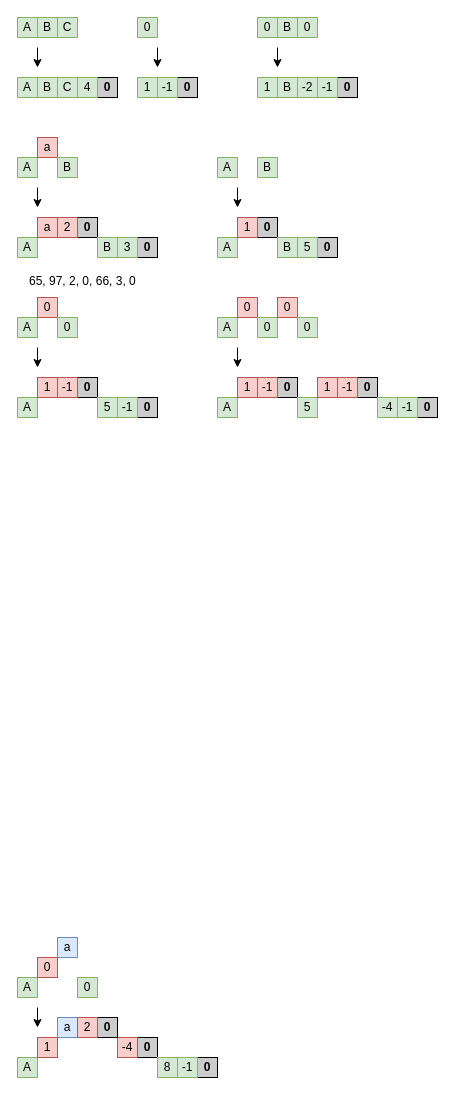
Above: figures/nested_cobs.drawio in perlindgren/rtmt (draw.io), before the change. Source tidied: cells renumbered, new cells numbered last; positions are measured from the earlier drawing's top-left corner, leaving out a move shared by most shapes. Both pictures are drawn from the tidied source at 100%, with x=0, y=0 at pixel (17, 17).
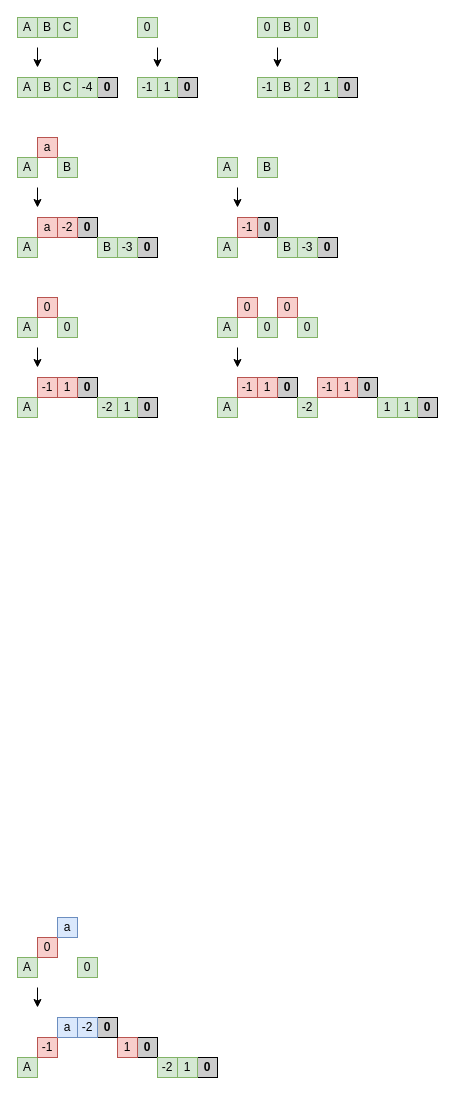
The same diagram, later.

Commit message (it also covers changes not shown here):
nested cobs

Diff of the diagram source:
```diff
@@
-    <mxCell id="9" value="4" style="rounded=0;whiteSpace=wrap;html=1;fillColor=#d5e8d4;strokeColor=#82b366;" parent="1" vertex="1">
+    <mxCell id="9" value="-4" style="rounded=0;whiteSpace=wrap;html=1;fillColor=#d5e8d4;strokeColor=#82b366;" parent="1" vertex="1">
       <mxGeometry x="60" y="60" width="20" height="20" as="geometry" />
     </mxCell>
@@
-    <mxCell id="14" value="1" style="rounded=0;whiteSpace=wrap;html=1;fillColor=#d5e8d4;strokeColor=#82b366;" parent="1" vertex="1">
+    <mxCell id="14" value="-1" style="rounded=0;whiteSpace=wrap;html=1;fillColor=#d5e8d4;strokeColor=#82b366;" parent="1" vertex="1">
       <mxGeometry x="240" y="60" width="20" height="20" as="geometry" />
     </mxCell>
@@
-    <mxCell id="16" value="-2" style="rounded=0;whiteSpace=wrap;html=1;fillColor=#d5e8d4;strokeColor=#82b366;" parent="1" vertex="1">
+    <mxCell id="16" value="2" style="rounded=0;whiteSpace=wrap;html=1;fillColor=#d5e8d4;strokeColor=#82b366;" parent="1" vertex="1">
       <mxGeometry x="280" y="60" width="20" height="20" as="geometry" />
     </mxCell>
@@
-    <mxCell id="18" value="-1" style="rounded=0;whiteSpace=wrap;html=1;fillColor=#d5e8d4;strokeColor=#82b366;" parent="1" vertex="1">
+    <mxCell id="18" value="1" style="rounded=0;whiteSpace=wrap;html=1;fillColor=#d5e8d4;strokeColor=#82b366;" parent="1" vertex="1">
       <mxGeometry x="300" y="60" width="20" height="20" as="geometry" />
     </mxCell>
@@
-    <mxCell id="21" value="1" style="rounded=0;whiteSpace=wrap;html=1;fillColor=#d5e8d4;strokeColor=#82b366;" parent="1" vertex="1">
+    <mxCell id="21" value="-1" style="rounded=0;whiteSpace=wrap;html=1;fillColor=#d5e8d4;strokeColor=#82b366;" parent="1" vertex="1">
       <mxGeometry x="120" y="60" width="20" height="20" as="geometry" />
     </mxCell>
@@
-    <mxCell id="23" value="-1" style="rounded=0;whiteSpace=wrap;html=1;fillColor=#d5e8d4;strokeColor=#82b366;" parent="1" vertex="1">
+    <mxCell id="23" value="1" style="rounded=0;whiteSpace=wrap;html=1;fillColor=#d5e8d4;strokeColor=#82b366;" parent="1" vertex="1">
       <mxGeometry x="140" y="60" width="20" height="20" as="geometry" />
     </mxCell>
@@
-    <mxCell id="29" value="2" style="rounded=0;whiteSpace=wrap;html=1;fillColor=#f8cecc;strokeColor=#b85450;" parent="1" vertex="1">
+    <mxCell id="29" value="-2" style="rounded=0;whiteSpace=wrap;html=1;fillColor=#f8cecc;strokeColor=#b85450;" parent="1" vertex="1">
       <mxGeometry x="40" y="200" width="20" height="20" as="geometry" />
     </mxCell>
@@
-    <mxCell id="31" value="3" style="rounded=0;whiteSpace=wrap;html=1;fillColor=#d5e8d4;strokeColor=#82b366;" parent="1" vertex="1">
+    <mxCell id="31" value="-3" style="rounded=0;whiteSpace=wrap;html=1;fillColor=#d5e8d4;strokeColor=#82b366;" parent="1" vertex="1">
       <mxGeometry x="100" y="220" width="20" height="20" as="geometry" />
     </mxCell>
@@
-    <mxCell id="39" value="1" style="rounded=0;whiteSpace=wrap;html=1;fillColor=#f8cecc;strokeColor=#b85450;" parent="1" vertex="1">
+    <mxCell id="39" value="-1" style="rounded=0;whiteSpace=wrap;html=1;fillColor=#f8cecc;strokeColor=#b85450;" parent="1" vertex="1">
       <mxGeometry x="220" y="200" width="20" height="20" as="geometry" />
     </mxCell>
@@
-    <mxCell id="41" value="5" style="rounded=0;whiteSpace=wrap;html=1;fillColor=#d5e8d4;strokeColor=#82b366;" parent="1" vertex="1">
+    <mxCell id="41" value="-3" style="rounded=0;whiteSpace=wrap;html=1;fillColor=#d5e8d4;strokeColor=#82b366;" parent="1" vertex="1">
       <mxGeometry x="280" y="220" width="20" height="20" as="geometry" />
     </mxCell>
@@
-    <mxCell id="46" value="1" style="rounded=0;whiteSpace=wrap;html=1;fillColor=#f8cecc;strokeColor=#b85450;" parent="1" vertex="1">
+    <mxCell id="46" value="-1" style="rounded=0;whiteSpace=wrap;html=1;fillColor=#f8cecc;strokeColor=#b85450;" parent="1" vertex="1">
       <mxGeometry x="20" y="360" width="20" height="20" as="geometry" />
     </mxCell>
@@
-    <mxCell id="48" value="5" style="rounded=0;whiteSpace=wrap;html=1;fillColor=#d5e8d4;strokeColor=#82b366;" parent="1" vertex="1">
+    <mxCell id="48" value="-2" style="rounded=0;whiteSpace=wrap;html=1;fillColor=#d5e8d4;strokeColor=#82b366;" parent="1" vertex="1">
       <mxGeometry x="80" y="380" width="20" height="20" as="geometry" />
     </mxCell>
-    <mxCell id="49" value="-1" style="rounded=0;whiteSpace=wrap;html=1;fillColor=#f8cecc;strokeColor=#b85450;" parent="1" vertex="1">
+    <mxCell id="49" value="1" style="rounded=0;whiteSpace=wrap;html=1;fillColor=#f8cecc;strokeColor=#b85450;" parent="1" vertex="1">
       <mxGeometry x="40" y="360" width="20" height="20" as="geometry" />
     </mxCell>
@@
-    <mxCell id="51" value="-1" style="rounded=0;whiteSpace=wrap;html=1;fillColor=#d5e8d4;strokeColor=#82b366;" parent="1" vertex="1">
+    <mxCell id="51" value="1" style="rounded=0;whiteSpace=wrap;html=1;fillColor=#d5e8d4;strokeColor=#82b366;" parent="1" vertex="1">
       <mxGeometry x="100" y="380" width="20" height="20" as="geometry" />
     </mxCell>
@@
-    <mxCell id="57" value="1" style="rounded=0;whiteSpace=wrap;html=1;fillColor=#f8cecc;strokeColor=#b85450;" parent="1" vertex="1">
+    <mxCell id="57" value="-1" style="rounded=0;whiteSpace=wrap;html=1;fillColor=#f8cecc;strokeColor=#b85450;" parent="1" vertex="1">
       <mxGeometry x="220" y="360" width="20" height="20" as="geometry" />
     </mxCell>
@@
-    <mxCell id="59" value="5" style="rounded=0;whiteSpace=wrap;html=1;fillColor=#d5e8d4;strokeColor=#82b366;" parent="1" vertex="1">
+    <mxCell id="59" value="-2" style="rounded=0;whiteSpace=wrap;html=1;fillColor=#d5e8d4;strokeColor=#82b366;" parent="1" vertex="1">
       <mxGeometry x="280" y="380" width="20" height="20" as="geometry" />
     </mxCell>
-    <mxCell id="60" value="-1" style="rounded=0;whiteSpace=wrap;html=1;fillColor=#f8cecc;strokeColor=#b85450;" parent="1" vertex="1">
+    <mxCell id="60" value="1" style="rounded=0;whiteSpace=wrap;html=1;fillColor=#f8cecc;strokeColor=#b85450;" parent="1" vertex="1">
       <mxGeometry x="240" y="360" width="20" height="20" as="geometry" />
     </mxCell>
@@
-    <mxCell id="67" value="1" style="rounded=0;whiteSpace=wrap;html=1;fillColor=#f8cecc;strokeColor=#b85450;" parent="1" vertex="1">
+    <mxCell id="67" value="-1" style="rounded=0;whiteSpace=wrap;html=1;fillColor=#f8cecc;strokeColor=#b85450;" parent="1" vertex="1">
       <mxGeometry x="300" y="360" width="20" height="20" as="geometry" />
     </mxCell>
@@
-    <mxCell id="69" value="-4" style="rounded=0;whiteSpace=wrap;html=1;fillColor=#d5e8d4;strokeColor=#82b366;" parent="1" vertex="1">
+    <mxCell id="69" value="1" style="rounded=0;whiteSpace=wrap;html=1;fillColor=#d5e8d4;strokeColor=#82b366;" parent="1" vertex="1">
       <mxGeometry x="360" y="380" width="20" height="20" as="geometry" />
     </mxCell>
-    <mxCell id="70" value="-1" style="rounded=0;whiteSpace=wrap;html=1;fillColor=#f8cecc;strokeColor=#b85450;" parent="1" vertex="1">
+    <mxCell id="70" value="1" style="rounded=0;whiteSpace=wrap;html=1;fillColor=#f8cecc;strokeColor=#b85450;" parent="1" vertex="1">
       <mxGeometry x="320" y="360" width="20" height="20" as="geometry" />
     </mxCell>
@@
-    <mxCell id="72" value="-1" style="rounded=0;whiteSpace=wrap;html=1;fillColor=#d5e8d4;strokeColor=#82b366;" parent="1" vertex="1">
+    <mxCell id="72" value="1" style="rounded=0;whiteSpace=wrap;html=1;fillColor=#d5e8d4;strokeColor=#82b366;" parent="1" vertex="1">
       <mxGeometry x="380" y="380" width="20" height="20" as="geometry" />
     </mxCell>
@@
-    <mxCell id="74" value="1" style="rounded=0;whiteSpace=wrap;html=1;fillColor=#f8cecc;strokeColor=#b85450;" parent="1" vertex="1">
+    <mxCell id="74" value="-1" style="rounded=0;whiteSpace=wrap;html=1;fillColor=#f8cecc;strokeColor=#b85450;" parent="1" vertex="1">
       <mxGeometry x="20" y="1020" width="20" height="20" as="geometry" />
     </mxCell>
@@
-    <mxCell id="76" value="8" style="rounded=0;whiteSpace=wrap;html=1;fillColor=#d5e8d4;strokeColor=#82b366;" parent="1" vertex="1">
+    <mxCell id="76" value="-2" style="rounded=0;whiteSpace=wrap;html=1;fillColor=#d5e8d4;strokeColor=#82b366;" parent="1" vertex="1">
       <mxGeometry x="140" y="1040" width="20" height="20" as="geometry" />
     </mxCell>
-    <mxCell id="77" value="-4" style="rounded=0;whiteSpace=wrap;html=1;fillColor=#f8cecc;strokeColor=#b85450;" parent="1" vertex="1">
+    <mxCell id="77" value="1" style="rounded=0;whiteSpace=wrap;html=1;fillColor=#f8cecc;strokeColor=#b85450;" parent="1" vertex="1">
       <mxGeometry x="100" y="1020" width="20" height="20" as="geometry" />
     </mxCell>
@@
-    <mxCell id="79" value="-1" style="rounded=0;whiteSpace=wrap;html=1;fillColor=#d5e8d4;strokeColor=#82b366;" parent="1" vertex="1">
+    <mxCell id="79" value="1" style="rounded=0;whiteSpace=wrap;html=1;fillColor=#d5e8d4;strokeColor=#82b366;" parent="1" vertex="1">
       <mxGeometry x="160" y="1040" width="20" height="20" as="geometry" />
     </mxCell>
     <mxCell id="80" value="A" style="rounded=0;whiteSpace=wrap;html=1;fillColor=#d5e8d4;strokeColor=#82b366;" parent="1" vertex="1">
-      <mxGeometry y="960" width="20" height="20" as="geometry" />
+      <mxGeometry y="940" width="20" height="20" as="geometry" />
     </mxCell>
     <mxCell id="81" value="0" style="rounded=0;whiteSpace=wrap;html=1;fillColor=#f8cecc;strokeColor=#b85450;" parent="1" vertex="1">
-      <mxGeometry x="20" y="940" width="20" height="20" as="geometry" />
+      <mxGeometry x="20" y="920" width="20" height="20" as="geometry" />
     </mxCell>
     <mxCell id="82" value="0" style="rounded=0;whiteSpace=wrap;html=1;fillColor=#d5e8d4;strokeColor=#82b366;" parent="1" vertex="1">
-      <mxGeometry x="60" y="960" width="20" height="20" as="geometry" />
+      <mxGeometry x="60" y="940" width="20" height="20" as="geometry" />
     </mxCell>
     <mxCell id="83" style="endArrow=classic;html=1;rounded=0;" parent="1" edge="1">
       <mxGeometry relative="1" as="geometry">
-        <mxPoint x="20" y="990" as="sourcePoint" />
-        <mxPoint x="20" y="1010" as="targetPoint" />
+        <mxPoint x="20" y="970" as="sourcePoint" />
+        <mxPoint x="20" y="990" as="targetPoint" />
       </mxGeometry>
     </mxCell>
     <mxCell id="84" value="a" style="rounded=0;whiteSpace=wrap;html=1;fillColor=#dae8fc;strokeColor=#6c8ebf;" parent="1" vertex="1">
-      <mxGeometry x="40" y="920" width="20" height="20" as="geometry" />
+      <mxGeometry x="40" y="900" width="20" height="20" as="geometry" />
     </mxCell>
@@
-    <mxCell id="87" value="2" style="rounded=0;whiteSpace=wrap;html=1;fillColor=#f8cecc;strokeColor=#b85450;" parent="1" vertex="1">
+    <mxCell id="87" value="-2" style="rounded=0;whiteSpace=wrap;html=1;fillColor=#dae8fc;strokeColor=#6c8ebf;" parent="1" vertex="1">
       <mxGeometry x="60" y="1000" width="20" height="20" as="geometry" />
     </mxCell>
-    <mxCell id="88" value="65, 97, 2, 0, 66, 3, 0" style="text;whiteSpace=wrap;html=1;" parent="1" vertex="1">
-      <mxGeometry x="10" y="250" width="140" height="40" as="geometry" />
-    </mxCell>
```
